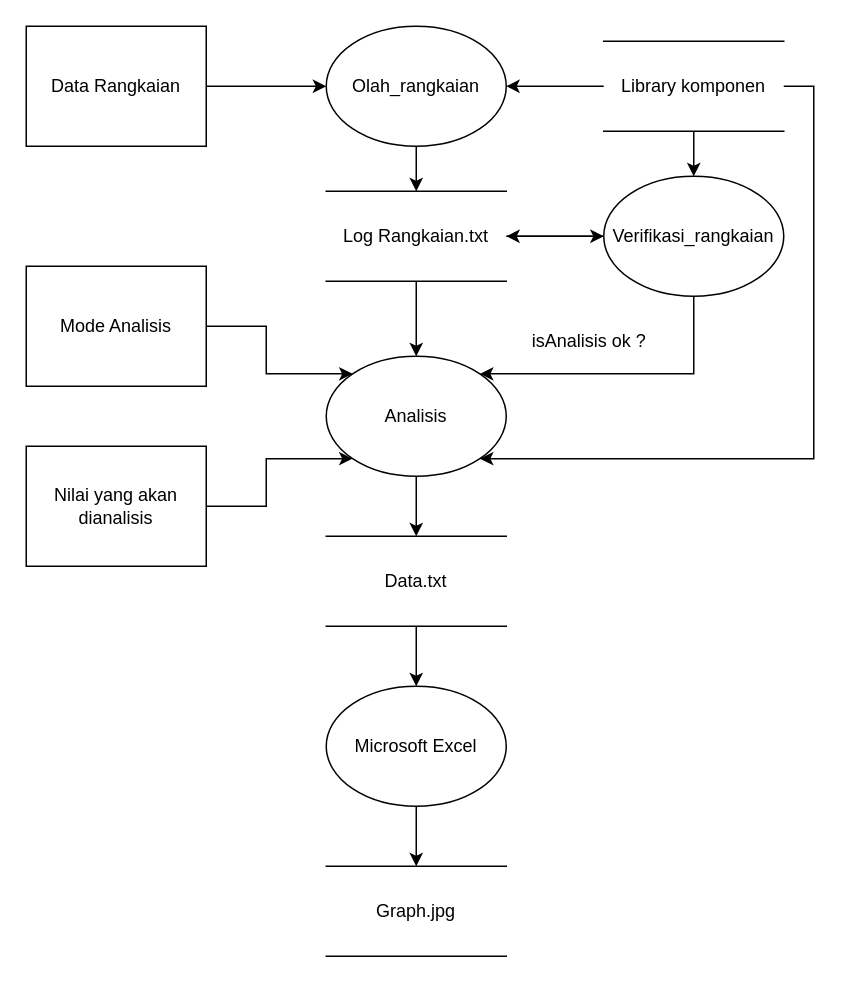
Lucranix28/TugasBesarPMC-LTSpice keeps this draw.io diagram as Data Flow Diagram.drawio. Above is the earlier version. Source tidied: cells renumbered, new cells numbered last; positions are measured from the earlier drawing's top-left corner, leaving out a move shared by most shapes. Both pictures are drawn from the tidied source at 150%, with x=0, y=0 at pixel (26, 26).
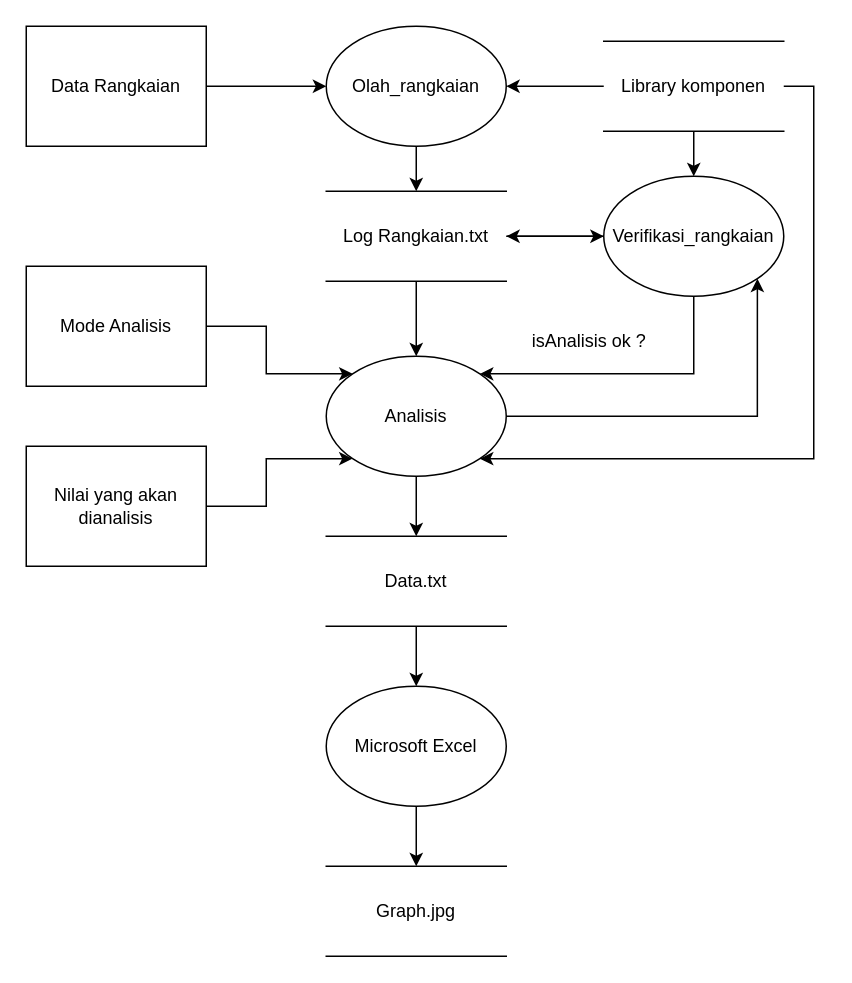
The same page after the edit.

The change refers to these unchanged cells:
```xml
<mxCell id="15" value="Verifikasi_rangkaian" style="ellipse;whiteSpace=wrap;html=1;" parent="1" vertex="1">
  <mxGeometry x="385" y="100" width="120" height="80" as="geometry" />
</mxCell>
<mxCell id="17" value="Analisis" style="ellipse;whiteSpace=wrap;html=1;" parent="1" vertex="1">
  <mxGeometry x="200" y="220" width="120" height="80" as="geometry" />
</mxCell>
```

The edit, as a diff of the source:
```diff
@@
+    <mxCell id="28" style="edgeStyle=orthogonalEdgeStyle;rounded=0;jettySize=auto;html=1;exitX=1;exitY=0.5;exitDx=0;exitDy=0;entryX=1;entryY=1;entryDx=0;entryDy=0;" parent="1" edge="1" source="17" target="15">
+      <mxGeometry relative="1" as="geometry" />
+    </mxCell>
```
